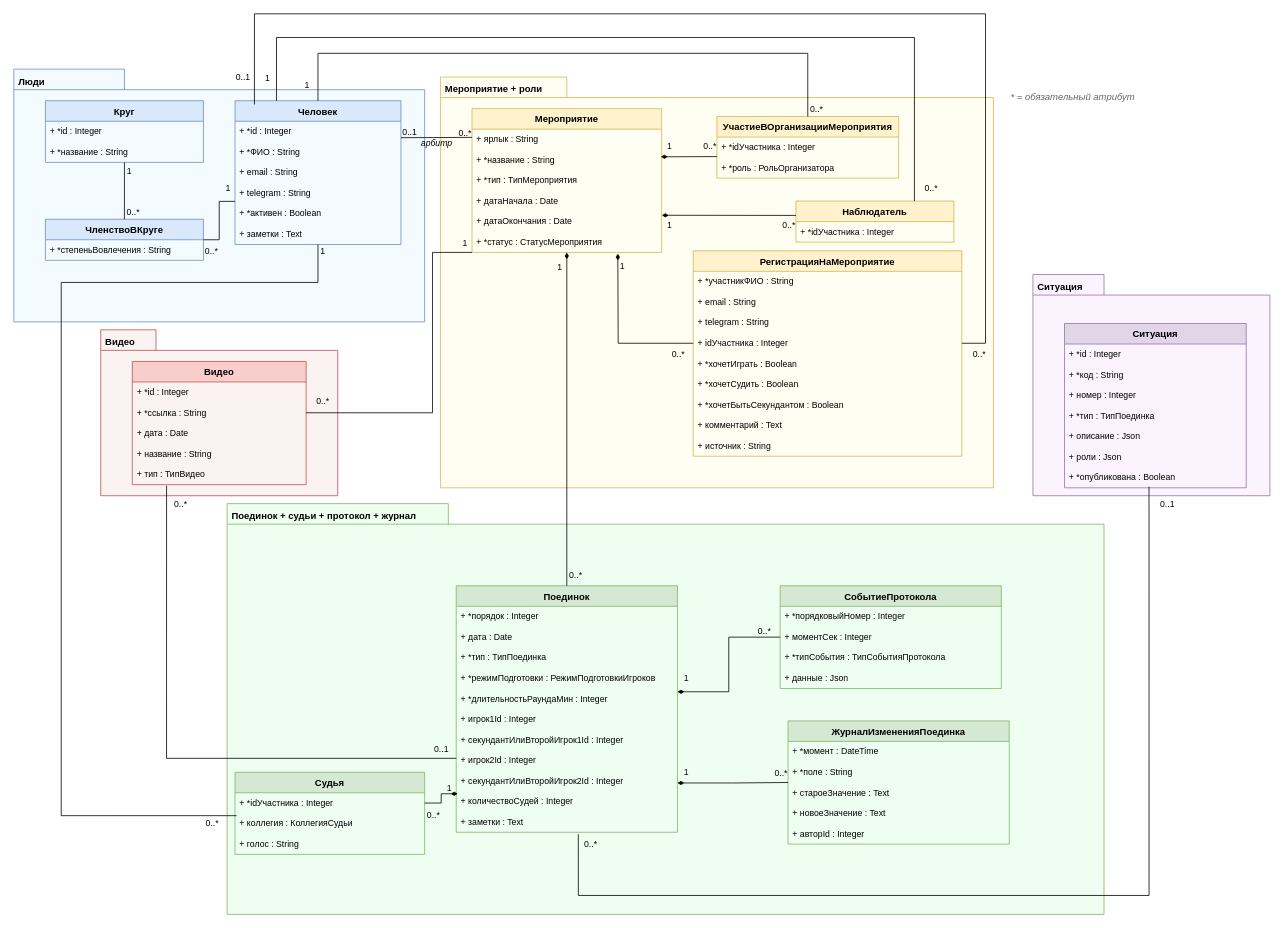
mzaborov/ub_timer keeps this draw.io diagram as docs/планы/05_схема_БД.drawio. Above is the earlier version. Source tidied: cells renumbered, new cells numbered last; positions are measured from the earlier drawing's top-left corner, leaving out a move shared by most shapes. Both pictures are drawn from the tidied source at 79%, with x=0, y=0 at pixel (13, 13).
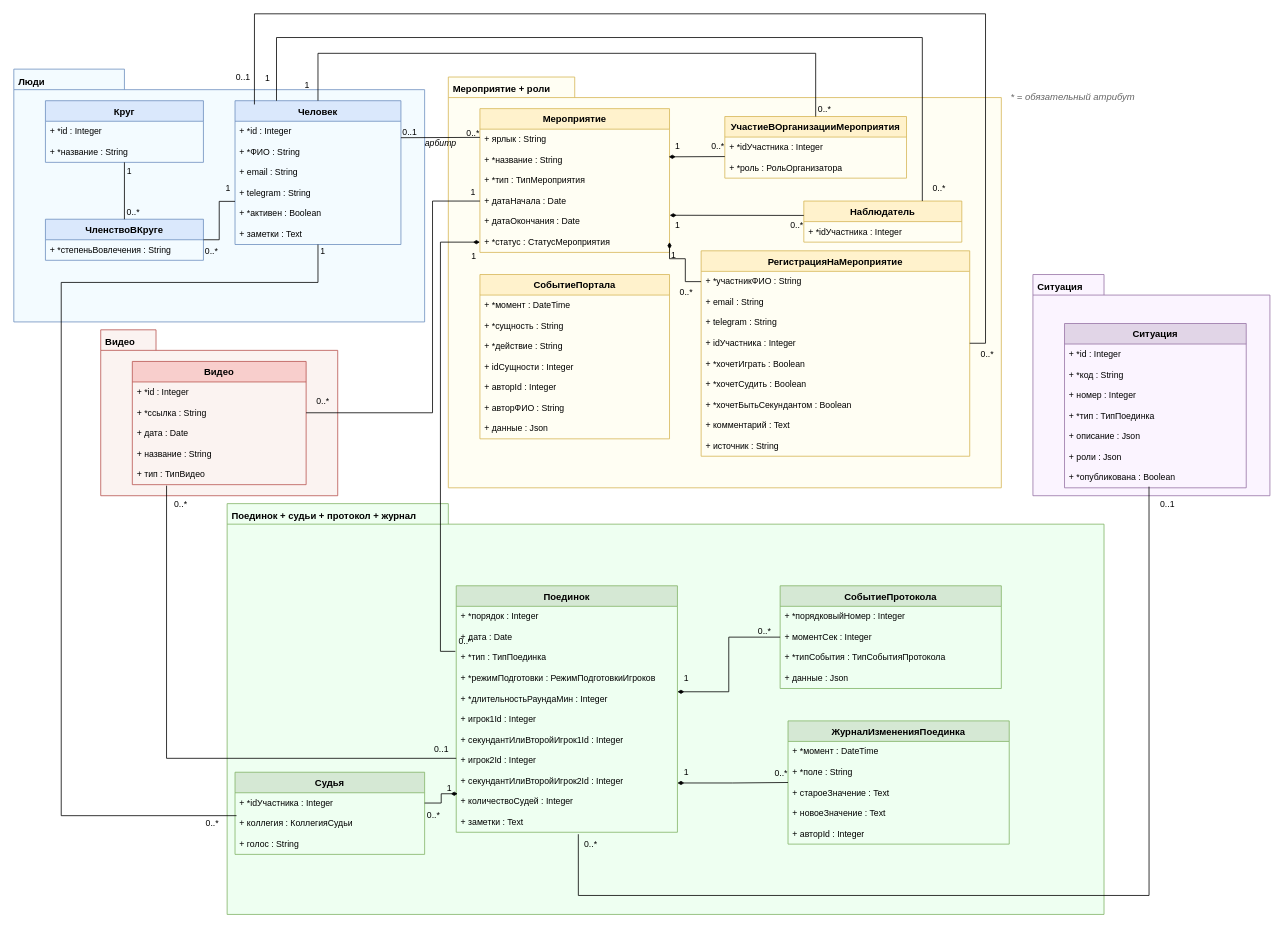
The same diagram, later.

Unchanged cells that the change refers to:
```xml
<mxCell id="16" value="Мероприятие" style="swimlane;fontStyle=1;align=center;verticalAlign=top;horizontal=1;startSize=26;fillColor=#fff2cc;strokeColor=#d6b656;fontSize=12;" parent="15" vertex="1">
  <mxGeometry x="40" y="40" width="240" height="182" as="geometry" />
</mxCell>
<mxCell id="20" value="+ датаНачала : Date" style="text;strokeColor=none;fillColor=none;align=left;verticalAlign=top;spacingLeft=4;spacingRight=4;overflow=hidden;points=[[0,0.5],[1,0.5]];portConstraint=eastwest;fontSize=11;" parent="16" vertex="1">
  <mxGeometry y="104" width="240" height="26" as="geometry" />
</mxCell>
<mxCell id="22" value="+ *статус : СтатусМероприятия" style="text;strokeColor=none;fillColor=none;align=left;verticalAlign=top;spacingLeft=4;spacingRight=4;overflow=hidden;points=[[0,0.5],[1,0.5]];portConstraint=eastwest;fontSize=11;" parent="16" vertex="1">
  <mxGeometry y="156" width="240" height="26" as="geometry" />
</mxCell>
<mxCell id="28" value="РегистрацияНаМероприятие" style="swimlane;fontStyle=1;align=center;verticalAlign=top;horizontal=1;startSize=26;fillColor=#fff2cc;strokeColor=#d6b656;fontSize=12;" parent="15" vertex="1">
  <mxGeometry x="320" y="220" width="340" height="260" as="geometry" />
</mxCell>
<mxCell id="32" value="+ idУчастника : Integer" style="text;strokeColor=none;fillColor=none;align=left;verticalAlign=top;spacingLeft=4;spacingRight=4;overflow=hidden;points=[[0,0.5],[1,0.5]];portConstraint=eastwest;fontSize=11;" parent="28" vertex="1">
  <mxGeometry y="104" width="340" height="26" as="geometry" />
</mxCell>
<mxCell id="57" value="Поединок" style="swimlane;fontStyle=1;align=center;verticalAlign=top;horizontal=1;startSize=26;fillColor=#d5e8d4;strokeColor=#82b366;fontSize=12;" parent="56" vertex="1">
  <mxGeometry x="290" y="104" width="280" height="312" as="geometry" />
</mxCell>
<mxCell id="60" value="+ *тип : ТипПоединка" style="text;strokeColor=none;fillColor=none;align=left;verticalAlign=top;spacingLeft=4;spacingRight=4;overflow=hidden;points=[[0,0.5],[1,0.5]];portConstraint=eastwest;fontSize=11;" parent="57" vertex="1">
  <mxGeometry y="78" width="280" height="26" as="geometry" />
</mxCell>
<mxCell id="90" value="+ *ссылка : String" style="text;strokeColor=none;fillColor=none;align=left;verticalAlign=top;spacingLeft=4;spacingRight=4;overflow=hidden;points=[[0,0.5],[1,0.5]];portConstraint=eastwest;fontSize=11;" parent="88" vertex="1">
  <mxGeometry y="52" width="220" height="26" as="geometry" />
</mxCell>
```

Diff of the diagram source:
```diff
@@
     <mxCell id="15" value="Мероприятие + роли" style="shape=folder;fontStyle=1;tabWidth=160;tabHeight=26;spacingTop=2;spacingLeft=4;spacingBottom=0;tabPosition=left;html=1;boundedLbl=0;fillColor=#FFFEF3;strokeColor=#d6b656;fontSize=12;rounded=0;align=left;verticalAlign=top;" parent="1" vertex="1">
-      <mxGeometry x="540" y="80" width="700" height="520" as="geometry" />
+      <mxGeometry x="550" y="80" width="700" height="520" as="geometry" />
     </mxCell>
@@
+    <mxCell id="135" value="СобытиеПортала" style="swimlane;fontStyle=1;align=center;verticalAlign=top;horizontal=1;startSize=26;fillColor=#fff2cc;strokeColor=#d6b656;fontSize=12;" parent="15" vertex="1">
+      <mxGeometry x="40" y="250" width="240" height="208" as="geometry" />
+    </mxCell>
+    <mxCell id="136" value="+ *момент : DateTime" style="text;strokeColor=none;fillColor=none;align=left;verticalAlign=top;spacingLeft=4;spacingRight=4;overflow=hidden;fontSize=11;" parent="135" vertex="1">
+      <mxGeometry y="26" width="240" height="26" as="geometry" />
+    </mxCell>
+    <mxCell id="137" value="+ *сущность : String" style="text;strokeColor=none;fillColor=none;align=left;verticalAlign=top;spacingLeft=4;spacingRight=4;overflow=hidden;fontSize=11;" parent="135" vertex="1">
+      <mxGeometry y="52" width="240" height="26" as="geometry" />
+    </mxCell>
+    <mxCell id="138" value="+ *действие : String" style="text;strokeColor=none;fillColor=none;align=left;verticalAlign=top;spacingLeft=4;spacingRight=4;overflow=hidden;fontSize=11;" parent="135" vertex="1">
+      <mxGeometry y="78" width="240" height="26" as="geometry" />
+    </mxCell>
+    <mxCell id="139" value="+ idСущности : Integer" style="text;strokeColor=none;fillColor=none;align=left;verticalAlign=top;spacingLeft=4;spacingRight=4;overflow=hidden;fontSize=11;" parent="135" vertex="1">
+      <mxGeometry y="104" width="240" height="26" as="geometry" />
+    </mxCell>
+    <mxCell id="140" value="+ авторId : Integer" style="text;strokeColor=none;fillColor=none;align=left;verticalAlign=top;spacingLeft=4;spacingRight=4;overflow=hidden;fontSize=11;" parent="135" vertex="1">
+      <mxGeometry y="130" width="240" height="26" as="geometry" />
+    </mxCell>
+    <mxCell id="141" value="+ авторФИО : String" style="text;strokeColor=none;fillColor=none;align=left;verticalAlign=top;spacingLeft=4;spacingRight=4;overflow=hidden;fontSize=11;" parent="135" vertex="1">
+      <mxGeometry y="156" width="240" height="26" as="geometry" />
+    </mxCell>
+    <mxCell id="142" value="+ данные : Json" style="text;strokeColor=none;fillColor=none;align=left;verticalAlign=top;spacingLeft=4;spacingRight=4;overflow=hidden;fontSize=11;" parent="135" vertex="1">
+      <mxGeometry y="182" width="240" height="26" as="geometry" />
+    </mxCell>
@@
-    <mxCell id="41" style="edgeStyle=elbowEdgeStyle;rounded=0;jettySize=auto;html=1;endArrow=none;startArrow=diamondThin;endFill=0;startFill=1;exitX=0.769;exitY=1.058;exitDx=0;exitDy=0;entryX=0;entryY=0.5;entryDx=0;entryDy=0;fontSize=11;exitPerimeter=0;" parent="15" edge="1" source="22" target="32">
+    <mxCell id="41" style="edgeStyle=orthogonalEdgeStyle;rounded=0;jettySize=auto;html=1;endArrow=none;startArrow=diamondThin;endFill=0;startFill=1;exitX=1;exitY=0.5;exitDx=0;exitDy=0;entryX=0;entryY=0.15;entryDx=0;entryDy=0;fontSize=11;" parent="15" edge="1" source="22" target="28">
       <mxGeometry relative="1" as="geometry">
         <Array as="points">
-          <mxPoint x="225" y="241" />
+          <mxPoint x="300" y="230" />
         </Array>
       </mxGeometry>
     </mxCell>
@@
-    <mxCell id="116" style="rounded=0;jettySize=auto;html=1;endArrow=none;startArrow=diamondThin;endFill=0;startFill=1;exitX=0.5;exitY=1;exitDx=0;exitDy=0;fontSize=11;" parent="1" edge="1" source="16" target="57">
-      <mxGeometry relative="1" as="geometry" />
+    <mxCell id="116" style="rounded=0;jettySize=auto;html=1;endArrow=none;startArrow=diamondThin;endFill=0;startFill=1;exitX=0;exitY=0.5;exitDx=0;exitDy=0;fontSize=11;entryX=-0.004;entryY=0.192;entryDx=0;entryDy=0;entryPerimeter=0;edgeStyle=elbowEdgeStyle;elbow=vertical;" parent="1" edge="1" source="22" target="60">
+      <mxGeometry relative="1" as="geometry">
+        <Array as="points">
+          <mxPoint x="540" y="550" />
+        </Array>
+      </mxGeometry>
     </mxCell>
@@
-    <mxCell id="119" style="edgeStyle=elbowEdgeStyle;rounded=0;jettySize=auto;html=1;endArrow=none;startArrow=none;endFill=0;startFill=0;exitX=0;exitY=1;exitDx=0;exitDy=0;entryX=1;entryY=0.5;entryDx=0;entryDy=0;fontSize=11;" parent="1" edge="1" source="16" target="90">
+    <mxCell id="119" style="edgeStyle=elbowEdgeStyle;rounded=0;jettySize=auto;html=1;endArrow=none;startArrow=none;endFill=0;startFill=0;exitX=0;exitY=0.5;exitDx=0;exitDy=0;entryX=1;entryY=0.5;entryDx=0;entryDy=0;fontSize=11;" parent="1" edge="1" source="20" target="90">
       <mxGeometry relative="1" as="geometry">
         <Array as="points">
           <mxPoint x="530" y="410" />
         </Array>
       </mxGeometry>
     </mxCell>
```
